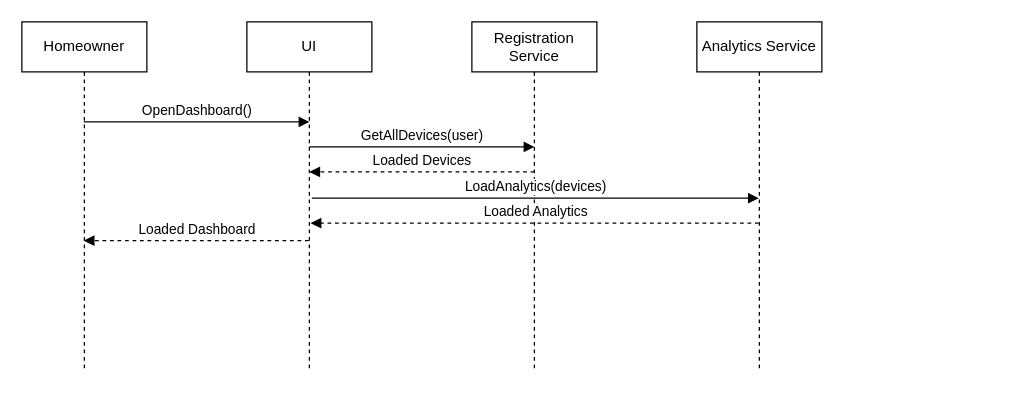
This is milestone-2/sequence-diagrams/3_1_SequenceDiagram.drawio from uvic-teach/project-m1-team15, a draw.io file, before an edit. Source tidied: cells renumbered, new cells numbered last; positions are measured from the earlier drawing's top-left corner, leaving out a move shared by most shapes. Both pictures are drawn from the tidied source at 125%, with x=0, y=0 at pixel (21, 21).
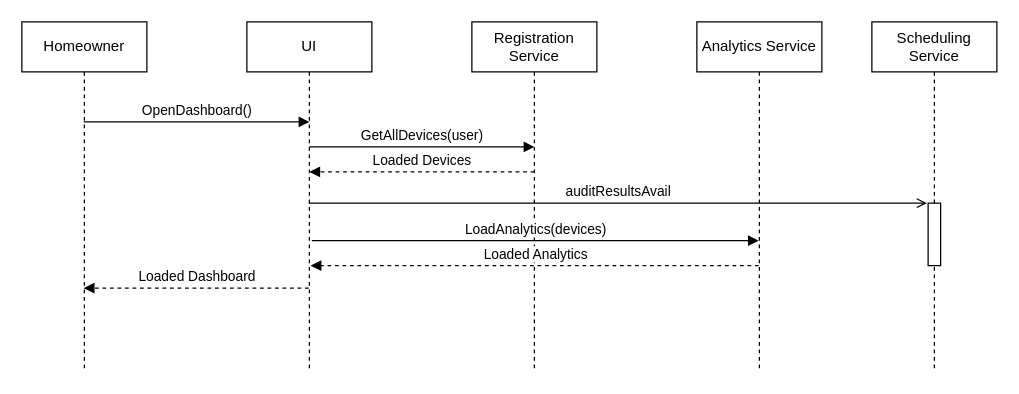
The same diagram, later.

Commit message:
Check for audit results in 3_1_SequenceDiagram.drawio

The change refers to these unchanged cells:
```xml
<mxCell id="3" value="UI" style="shape=umlLifeline;perimeter=lifelinePerimeter;whiteSpace=wrap;html=1;outlineConnect=0;portConstraint=eastwest;newEdgeStyle={&quot;edgeStyle&quot;:&quot;elbowEdgeStyle&quot;,&quot;elbow&quot;:&quot;vertical&quot;,&quot;curved&quot;:0,&quot;rounded&quot;:0};" parent="1" vertex="1">
  <mxGeometry x="180" width="100" height="280" as="geometry" />
</mxCell>
<mxCell id="7" value="Analytics Service" style="shape=umlLifeline;perimeter=lifelinePerimeter;whiteSpace=wrap;html=1;outlineConnect=0;portConstraint=eastwest;newEdgeStyle={&quot;edgeStyle&quot;:&quot;elbowEdgeStyle&quot;,&quot;elbow&quot;:&quot;vertical&quot;,&quot;curved&quot;:0,&quot;rounded&quot;:0};" parent="1" vertex="1">
  <mxGeometry x="540" width="100" height="280" as="geometry" />
</mxCell>
```

What changed in the source:
```diff
@@
     <mxCell id="5" value="Loaded Dashboard" style="html=1;verticalAlign=bottom;endArrow=block;edgeStyle=elbowEdgeStyle;elbow=vertical;curved=0;rounded=0;dashed=1;" parent="1" edge="1">
       <mxGeometry relative="1" as="geometry">
-        <mxPoint x="229.5" y="175" as="sourcePoint" />
-        <mxPoint x="49.5" y="175" as="targetPoint" />
+        <mxPoint x="229.5" y="213" as="sourcePoint" />
+        <mxPoint x="49.5" y="213" as="targetPoint" />
         <Array as="points">
-          <mxPoint x="150" y="175" />
+          <mxPoint x="150" y="213" />
         </Array>
       </mxGeometry>
     </mxCell>
@@
-    <mxCell id="10" value="LoadAnalytics(devices)" style="html=1;verticalAlign=bottom;endArrow=block;edgeStyle=elbowEdgeStyle;elbow=vertical;curved=0;rounded=0;" parent="1" edge="1" target="7">
+    <mxCell id="10" value="LoadAnalytics(devices)" style="html=1;verticalAlign=bottom;endArrow=block;edgeStyle=elbowEdgeStyle;elbow=vertical;curved=0;rounded=0;" parent="1" edge="1">
       <mxGeometry relative="1" as="geometry">
-        <mxPoint x="232" y="141" as="sourcePoint" />
+        <mxPoint x="232" y="175" as="sourcePoint" />
+        <mxPoint x="589.5" y="175" as="targetPoint" />
         <Array as="points">
-          <mxPoint x="323" y="141" />
+          <mxPoint x="323" y="175" />
         </Array>
       </mxGeometry>
     </mxCell>
-    <mxCell id="11" value="Loaded Analytics" style="html=1;verticalAlign=bottom;endArrow=block;edgeStyle=elbowEdgeStyle;elbow=vertical;curved=0;rounded=0;dashed=1;" parent="1" edge="1" source="7">
+    <mxCell id="11" value="Loaded Analytics" style="html=1;verticalAlign=bottom;endArrow=block;edgeStyle=elbowEdgeStyle;elbow=vertical;curved=0;rounded=0;dashed=1;" parent="1" edge="1">
       <mxGeometry relative="1" as="geometry">
-        <mxPoint x="231" y="161" as="targetPoint" />
+        <mxPoint x="589.5" y="195" as="sourcePoint" />
+        <mxPoint x="231" y="195" as="targetPoint" />
         <Array as="points">
-          <mxPoint x="331.5" y="161" />
+          <mxPoint x="331.5" y="195" />
         </Array>
       </mxGeometry>
     </mxCell>
+    <mxCell id="12" value="Scheduling Service" style="shape=umlLifeline;perimeter=lifelinePerimeter;whiteSpace=wrap;html=1;newEdgeStyle={&quot;edgeStyle&quot;:&quot;elbowEdgeStyle&quot;,&quot;elbow&quot;:&quot;vertical&quot;,&quot;curved&quot;:0,&quot;rounded&quot;:0};" parent="1" vertex="1">
+      <mxGeometry x="680" width="100" height="280" as="geometry" />
+    </mxCell>
+    <mxCell id="13" style="html=1;perimeter=orthogonalPerimeter;targetShapes=umlLifeline;newEdgeStyle={&quot;curved&quot;:0,&quot;rounded&quot;:0};" parent="12" vertex="1">
+      <mxGeometry x="45" y="145" width="10" height="50" as="geometry" />
+    </mxCell>
+    <mxCell id="14" value="auditResultsAvail" style="html=1;verticalAlign=bottom;endArrow=open;edgeStyle=elbowEdgeStyle;elbow=vertical;curved=0;rounded=0;endFill=0;" parent="1" edge="1" source="3">
+      <mxGeometry relative="1" as="geometry">
+        <mxPoint x="724" y="145" as="targetPoint" />
+        <Array as="points">
+          <mxPoint x="325" y="145" />
+        </Array>
+      </mxGeometry>
+    </mxCell>
```
